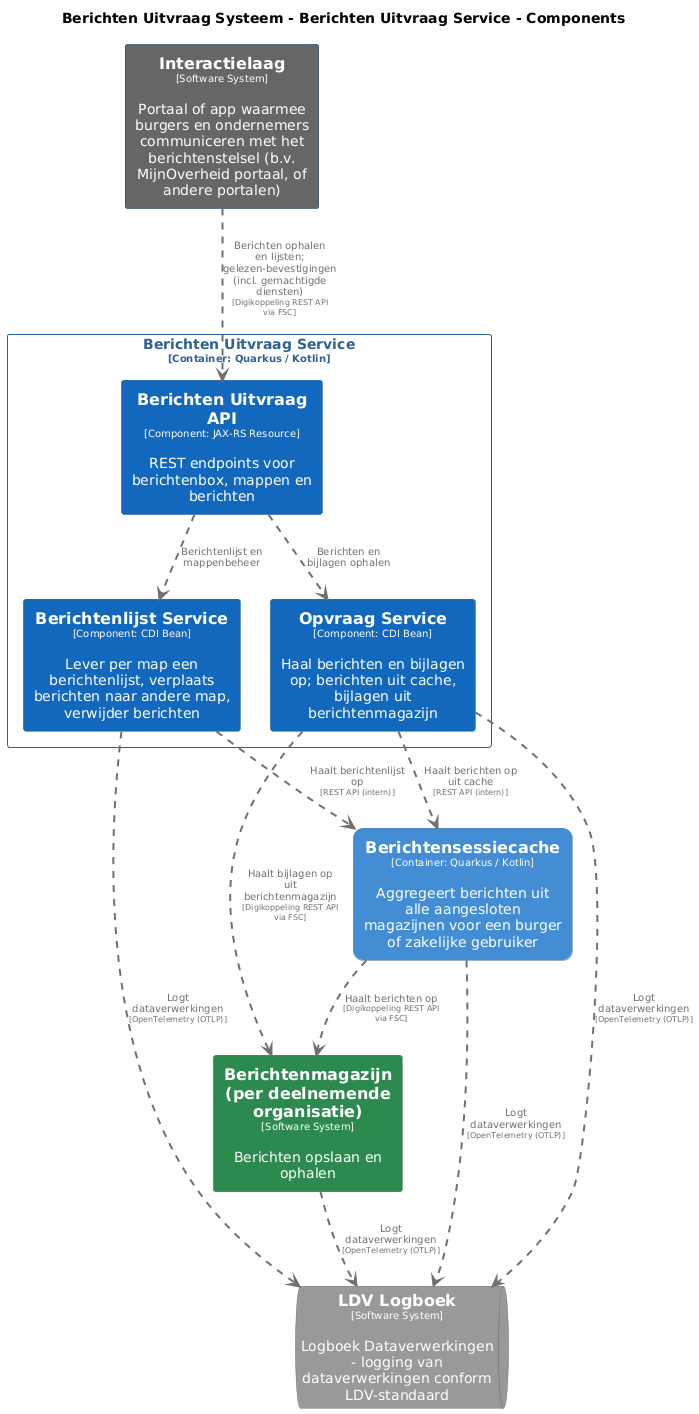
MinBZK/moza-poc-fbs-berichtenbox keeps this PlantUML diagram as pr-preview/pr-22/master/png/BerichtenUitvraagServiceComponenten.png. Above is the earlier version.
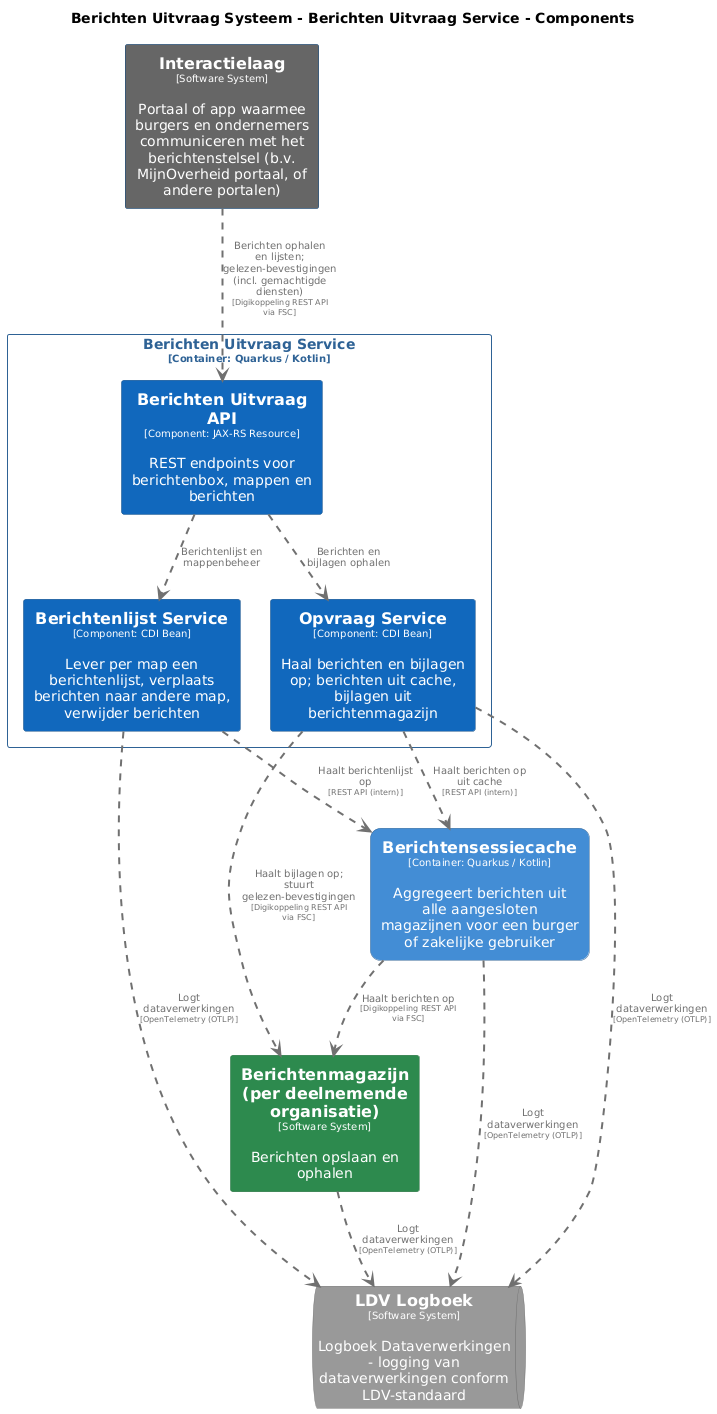
After the change.

The edit, as a diff of the source:
```diff
@@ -84,6 +84,6 @@
 BerichtenUitvraagSysteem.BerichtenUitvraagService.OpvraagService .[#707070,thickness=2].> BerichtenUitvraagSysteem.Berichtensessiecache : "<color:#707070>Haalt berichten op uit cache\n<color:#707070><size:8>[REST API (intern)]</size>"
 BerichtenUitvraagSysteem.BerichtenUitvraagService.BerichtenlijstService .[#707070,thickness=2].> BerichtenUitvraagSysteem.Berichtensessiecache : "<color:#707070>Haalt berichtenlijst op\n<color:#707070><size:8>[REST API (intern)]</size>"
 Interactielaag .[#707070,thickness=2].> BerichtenUitvraagSysteem.BerichtenUitvraagService.BerichtenUitvraagAPI : "<color:#707070>Berichten ophalen en lijsten; gelezen-bevestigingen (incl. gemachtigde diensten)\n<color:#707070><size:8>[Digikoppeling REST API via FSC]</size>"
-BerichtenUitvraagSysteem.BerichtenUitvraagService.OpvraagService .[#707070,thickness=2].> Berichtenmagazijnperdeelnemendeorganisatie : "<color:#707070>Haalt bijlagen op uit berichtenmagazijn\n<color:#707070><size:8>[Digikoppeling REST API via FSC]</size>"
+BerichtenUitvraagSysteem.BerichtenUitvraagService.OpvraagService .[#707070,thickness=2].> Berichtenmagazijnperdeelnemendeorganisatie : "<color:#707070>Haalt bijlagen op; stuurt gelezen-bevestigingen\n<color:#707070><size:8>[Digikoppeling REST API via FSC]</size>"
 BerichtenUitvraagSysteem.Berichtensessiecache .[#707070,thickness=2].> Berichtenmagazijnperdeelnemendeorganisatie : "<color:#707070>Haalt berichten op\n<color:#707070><size:8>[Digikoppeling REST API via FSC]</size>"
 @enduml
```
